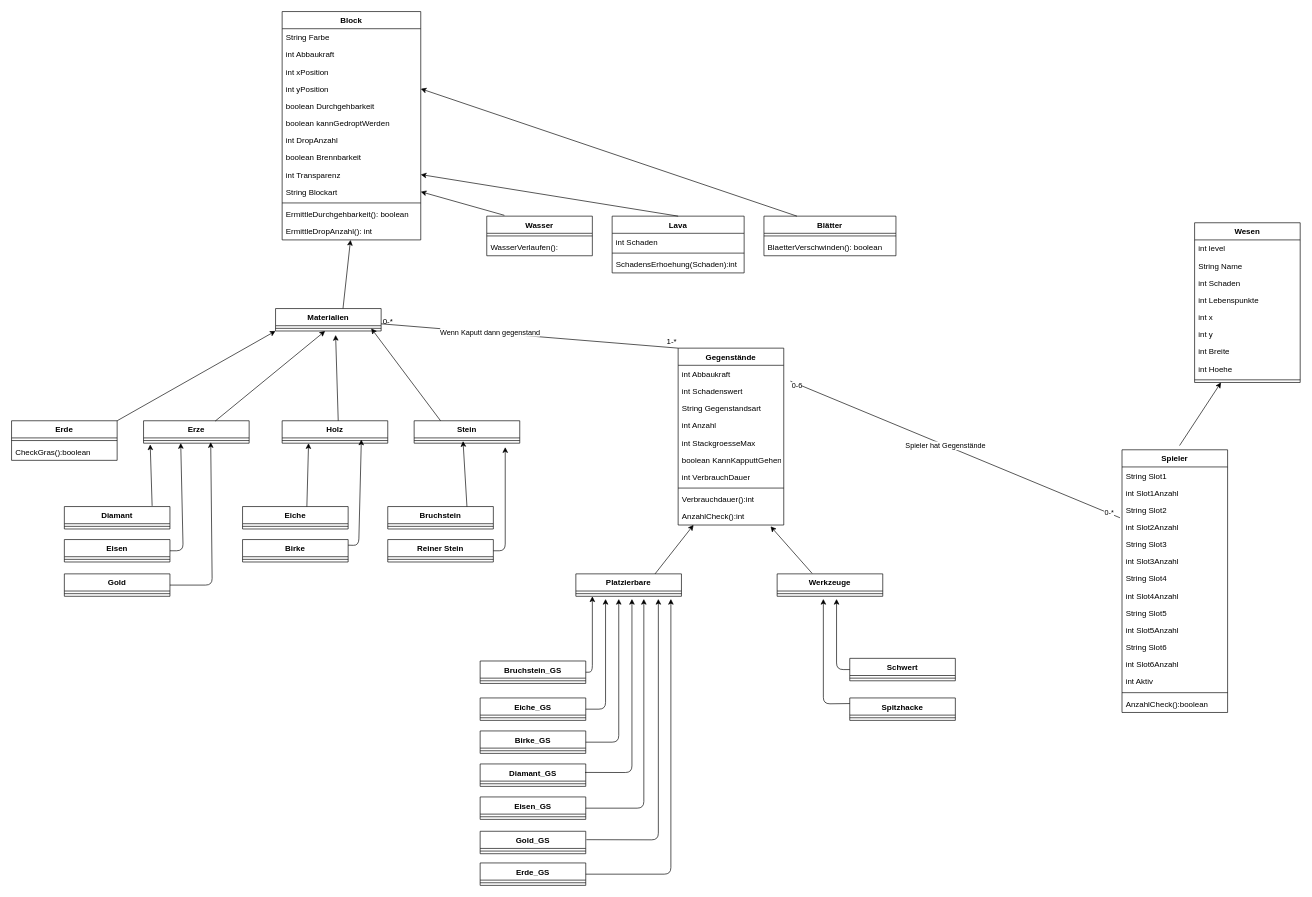
The draw.io diagram Klassendiagramm.drawio in HenrikJanke/Unreality, before the edit. Source tidied: cells renumbered, new cells numbered last; positions are measured from the earlier drawing's top-left corner, leaving out a move shared by most shapes. Both pictures are drawn from the tidied source at 66%, with x=0, y=0 at pixel (11, 11).
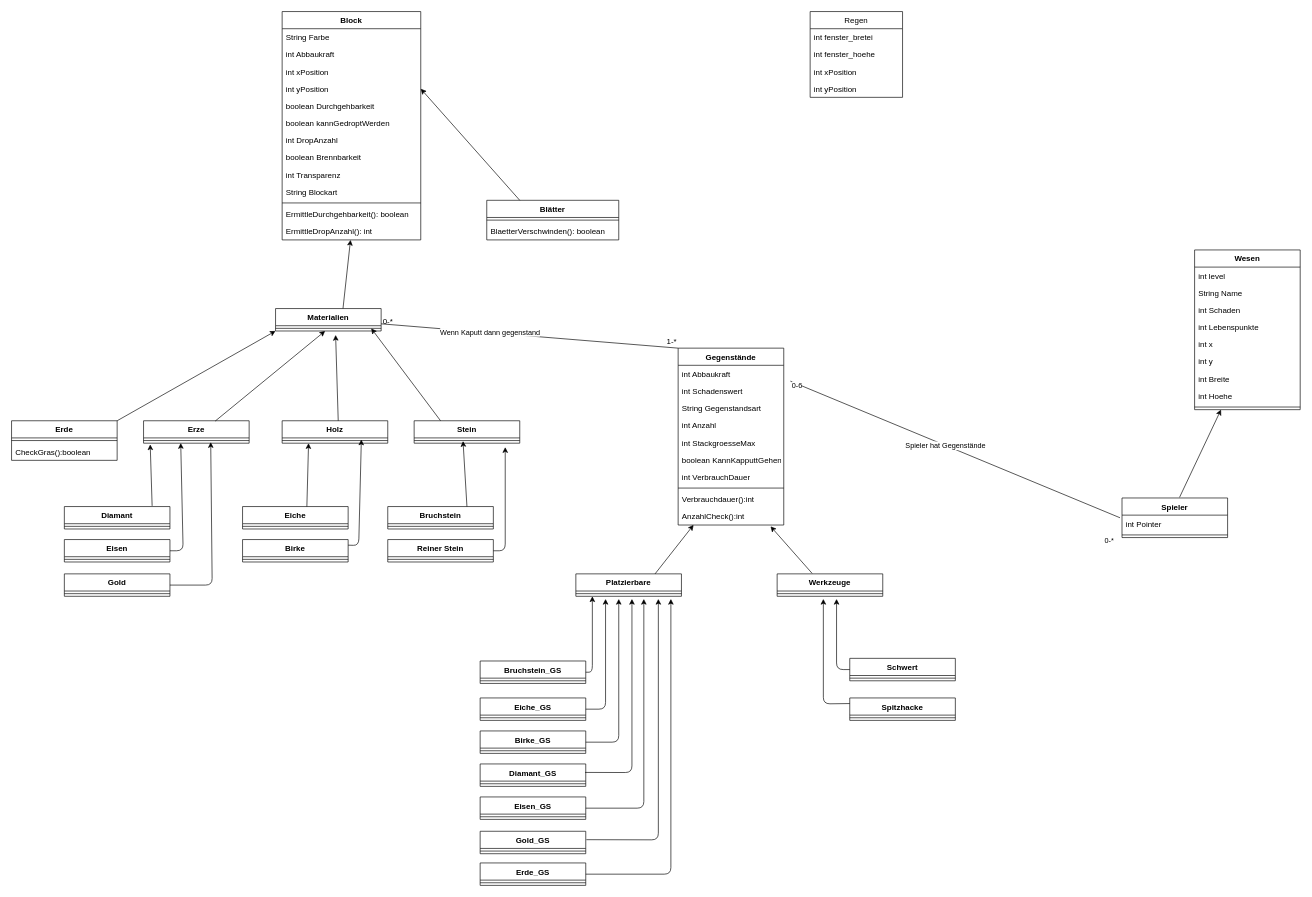
The same page after the edit.

The change refers to these unchanged cells:
```xml
<mxCell id="11" value="int Transparenz" style="text;strokeColor=none;fillColor=none;align=left;verticalAlign=top;spacingLeft=4;spacingRight=4;overflow=hidden;points=[[0,0.5],[1,0.5]];portConstraint=eastwest;" parent="2" vertex="1">
  <mxGeometry y="234" width="210" height="26" as="geometry" />
</mxCell>
<mxCell id="47" value="int Schadenswert" style="text;strokeColor=none;fillColor=none;align=left;verticalAlign=top;spacingLeft=4;spacingRight=4;overflow=hidden;points=[[0,0.5],[1,0.5]];portConstraint=eastwest;" parent="45" vertex="1">
  <mxGeometry y="52" width="160" height="26" as="geometry" />
</mxCell>
```

Change to the diagram source:
```diff
@@
-    <mxCell id="22" value="Wasser" style="swimlane;fontStyle=1;align=center;verticalAlign=top;horizontal=1;startSize=26;" parent="1" vertex="1">
-      <mxGeometry x="720" y="310" width="160" height="60" as="geometry" />
-    </mxCell>
-    <mxCell id="23" style="line;strokeWidth=1;fillColor=none;align=left;verticalAlign=middle;spacingTop=-1;spacingLeft=3;spacingRight=3;labelPosition=right;" parent="22" vertex="1">
-      <mxGeometry y="26" width="160" height="8" as="geometry" />
-    </mxCell>
-    <mxCell id="24" value="WasserVerlaufen():" style="text;strokeColor=none;fillColor=none;align=left;verticalAlign=top;spacingLeft=4;spacingRight=4;overflow=hidden;" parent="22" vertex="1">
-      <mxGeometry y="34" width="160" height="26" as="geometry" />
-    </mxCell>
-    <mxCell id="25" value="Lava" style="swimlane;fontStyle=1;align=center;verticalAlign=top;horizontal=1;startSize=26;" parent="1" vertex="1">
-      <mxGeometry x="910" y="310" width="200" height="86" as="geometry" />
-    </mxCell>
-    <mxCell id="26" value="int Schaden" style="text;strokeColor=none;fillColor=none;align=left;verticalAlign=top;spacingLeft=4;spacingRight=4;overflow=hidden;" parent="25" vertex="1">
-      <mxGeometry y="26" width="200" height="26" as="geometry" />
-    </mxCell>
-    <mxCell id="27" style="line;strokeWidth=1;fillColor=none;align=left;verticalAlign=middle;spacingTop=-1;spacingLeft=3;spacingRight=3;labelPosition=right;" parent="25" vertex="1">
-      <mxGeometry y="52" width="200" height="8" as="geometry" />
-    </mxCell>
-    <mxCell id="28" value="SchadensErhoehung(Schaden):int" style="text;strokeColor=none;fillColor=none;align=left;verticalAlign=top;spacingLeft=4;spacingRight=4;overflow=hidden;" parent="25" vertex="1">
-      <mxGeometry y="60" width="200" height="26" as="geometry" />
-    </mxCell>
-    <mxCell id="29" style="endArrow=classic;html=1;exitX=0.167;exitY=-0.021;exitDx=0;exitDy=0;exitPerimeter=0;entryX=1;entryY=0.5;entryDx=0;entryDy=0;" parent="1" edge="1" source="22">
-      <mxGeometry relative="1" as="geometry">
-        <mxPoint x="620" y="273" as="targetPoint" />
-      </mxGeometry>
-    </mxCell>
-    <mxCell id="30" style="endArrow=classic;html=1;exitX=0.5;exitY=0;exitDx=0;exitDy=0;entryX=1;entryY=0.5;entryDx=0;entryDy=0;" parent="1" edge="1" source="25" target="11">
-      <mxGeometry relative="1" as="geometry" />
-    </mxCell>
@@
     <mxCell id="56" value="Wesen" style="swimlane;fontStyle=1;align=center;verticalAlign=top;horizontal=1;startSize=26;" parent="1" vertex="1">
-      <mxGeometry x="1792.5" y="320" width="160" height="242" as="geometry" />
+      <mxGeometry x="1792.5" y="361.2" width="160" height="242" as="geometry" />
     </mxCell>
@@
     <mxCell id="66" value="Spieler" style="swimlane;fontStyle=1;align=center;verticalAlign=top;horizontal=1;startSize=26;" parent="1" vertex="1">
-      <mxGeometry x="1682.5" y="664" width="160" height="398" as="geometry" />
+      <mxGeometry x="1682.5" y="737" width="160" height="60" as="geometry" />
     </mxCell>
-    <mxCell id="67" value="String Slot1" style="text;strokeColor=none;fillColor=none;align=left;verticalAlign=top;spacingLeft=4;spacingRight=4;overflow=hidden;" parent="66" vertex="1">
-      <mxGeometry y="26" width="160" height="26" as="geometry" />
-    </mxCell>
-    <mxCell id="68" value="int Slot1Anzahl" style="text;strokeColor=none;fillColor=none;align=left;verticalAlign=top;spacingLeft=4;spacingRight=4;overflow=hidden;" parent="66" vertex="1">
-      <mxGeometry y="52" width="160" height="26" as="geometry" />
-    </mxCell>
-    <mxCell id="69" value="String Slot2" style="text;strokeColor=none;fillColor=none;align=left;verticalAlign=top;spacingLeft=4;spacingRight=4;overflow=hidden;" parent="66" vertex="1">
-      <mxGeometry y="78" width="160" height="26" as="geometry" />
-    </mxCell>
-    <mxCell id="70" value="int Slot2Anzahl" style="text;strokeColor=none;fillColor=none;align=left;verticalAlign=top;spacingLeft=4;spacingRight=4;overflow=hidden;points=[[0,0.5],[1,0.5]];portConstraint=eastwest;" parent="66" vertex="1">
-      <mxGeometry y="104" width="160" height="26" as="geometry" />
-    </mxCell>
-    <mxCell id="71" value="String Slot3" style="text;strokeColor=none;fillColor=none;align=left;verticalAlign=top;spacingLeft=4;spacingRight=4;overflow=hidden;" parent="66" vertex="1">
-      <mxGeometry y="130" width="160" height="26" as="geometry" />
-    </mxCell>
-    <mxCell id="72" value="int Slot3Anzahl" style="text;strokeColor=none;fillColor=none;align=left;verticalAlign=top;spacingLeft=4;spacingRight=4;overflow=hidden;" parent="66" vertex="1">
-      <mxGeometry y="156" width="160" height="26" as="geometry" />
-    </mxCell>
-    <mxCell id="73" value="String Slot4" style="text;strokeColor=none;fillColor=none;align=left;verticalAlign=top;spacingLeft=4;spacingRight=4;overflow=hidden;" parent="66" vertex="1">
-      <mxGeometry y="182" width="160" height="26" as="geometry" />
-    </mxCell>
-    <mxCell id="74" value="int Slot4Anzahl" style="text;strokeColor=none;fillColor=none;align=left;verticalAlign=top;spacingLeft=4;spacingRight=4;overflow=hidden;" parent="66" vertex="1">
-      <mxGeometry y="208" width="160" height="26" as="geometry" />
-    </mxCell>
-    <mxCell id="75" value="String Slot5" style="text;strokeColor=none;fillColor=none;align=left;verticalAlign=top;spacingLeft=4;spacingRight=4;overflow=hidden;" parent="66" vertex="1">
-      <mxGeometry y="234" width="160" height="26" as="geometry" />
-    </mxCell>
-    <mxCell id="76" value="int Slot5Anzahl" style="text;strokeColor=none;fillColor=none;align=left;verticalAlign=top;spacingLeft=4;spacingRight=4;overflow=hidden;" parent="66" vertex="1">
-      <mxGeometry y="260" width="160" height="26" as="geometry" />
-    </mxCell>
-    <mxCell id="77" value="String Slot6" style="text;strokeColor=none;fillColor=none;align=left;verticalAlign=top;spacingLeft=4;spacingRight=4;overflow=hidden;" parent="66" vertex="1">
-      <mxGeometry y="286" width="160" height="26" as="geometry" />
-    </mxCell>
-    <mxCell id="78" value="int Slot6Anzahl" style="text;strokeColor=none;fillColor=none;align=left;verticalAlign=top;spacingLeft=4;spacingRight=4;overflow=hidden;" parent="66" vertex="1">
-      <mxGeometry y="312" width="160" height="26" as="geometry" />
-    </mxCell>
-    <mxCell id="79" value="int Aktiv" style="text;strokeColor=none;fillColor=none;align=left;verticalAlign=top;spacingLeft=4;spacingRight=4;overflow=hidden;" parent="66" vertex="1">
-      <mxGeometry y="338" width="160" height="26" as="geometry" />
+    <mxCell id="79" value="int Pointer" style="text;strokeColor=none;fillColor=none;align=left;verticalAlign=top;spacingLeft=4;spacingRight=4;overflow=hidden;" parent="66" vertex="1">
+      <mxGeometry y="26" width="160" height="26" as="geometry" />
     </mxCell>
     <mxCell id="80" style="line;strokeWidth=1;fillColor=none;align=left;verticalAlign=middle;spacingTop=-1;spacingLeft=3;spacingRight=3;labelPosition=right;" parent="66" vertex="1">
-      <mxGeometry y="364" width="160" height="8" as="geometry" />
+      <mxGeometry y="52" width="160" height="8" as="geometry" />
     </mxCell>
-    <mxCell id="81" value="AnzahlCheck():boolean" style="text;strokeColor=none;fillColor=none;align=left;verticalAlign=top;spacingLeft=4;spacingRight=4;overflow=hidden;" parent="66" vertex="1">
-      <mxGeometry y="372" width="160" height="26" as="geometry" />
-    </mxCell>
@@
     <mxCell id="85" value="Blätter" style="swimlane;fontStyle=1;align=center;verticalAlign=top;horizontal=1;startSize=26;" parent="1" vertex="1">
-      <mxGeometry x="1140" y="310" width="200" height="60" as="geometry" />
+      <mxGeometry x="720" y="286" width="200" height="60" as="geometry" />
     </mxCell>
@@
-    <mxCell id="124" style="endArrow=none;html=1;exitX=1.063;exitY=-0.077;exitDx=0;exitDy=0;exitPerimeter=0;entryX=-0.019;entryY=-0.038;entryDx=0;entryDy=0;entryPerimeter=0;" parent="1" edge="1" source="47" target="70">
-      <mxGeometry relative="1" as="geometry" />
+    <mxCell id="124" style="endArrow=none;html=1;exitX=1.063;exitY=-0.077;exitDx=0;exitDy=0;exitPerimeter=0;entryX=-0.019;entryY=-0.038;entryDx=0;entryDy=0;entryPerimeter=0;" parent="1" edge="1" source="47">
+      <mxGeometry relative="1" as="geometry">
+        <mxPoint x="1679.5" y="767" as="targetPoint" />
+      </mxGeometry>
     </mxCell>
@@
     <mxCell id="126" value="0-*" style="edgeLabel;html=1;align=center;verticalAlign=middle;" parent="124" vertex="1">
-      <mxGeometry x="0.93" y="1" relative="1" as="geometry" />
+      <mxGeometry x="0.93" y="1" relative="1" as="geometry">
+        <mxPoint y="41.2" as="offset" />
+      </mxGeometry>
     </mxCell>
@@
+    <mxCell id="145" value="Regen" style="swimlane;fontStyle=0;horizontal=1;startSize=26;fillColor=none;" parent="1" vertex="1">
+      <mxGeometry x="1210" width="140" height="130" as="geometry" />
+    </mxCell>
+    <mxCell id="146" value="int fenster_bretei" style="text;strokeColor=none;fillColor=none;align=left;verticalAlign=top;spacingLeft=4;spacingRight=4;overflow=hidden;" parent="145" vertex="1">
+      <mxGeometry y="26" width="140" height="26" as="geometry" />
+    </mxCell>
+    <mxCell id="147" value="int fenster_hoehe" style="text;strokeColor=none;fillColor=none;align=left;verticalAlign=top;spacingLeft=4;spacingRight=4;overflow=hidden;" parent="145" vertex="1">
+      <mxGeometry y="52" width="140" height="26" as="geometry" />
+    </mxCell>
+    <mxCell id="148" value="int xPosition" style="text;strokeColor=none;fillColor=none;align=left;verticalAlign=top;spacingLeft=4;spacingRight=4;overflow=hidden;" parent="145" vertex="1">
+      <mxGeometry y="78" width="140" height="26" as="geometry" />
+    </mxCell>
+    <mxCell id="149" value="int yPosition" style="text;strokeColor=none;fillColor=none;align=left;verticalAlign=top;spacingLeft=4;spacingRight=4;overflow=hidden;" parent="145" vertex="1">
+      <mxGeometry y="104" width="140" height="26" as="geometry" />
+    </mxCell>
```
